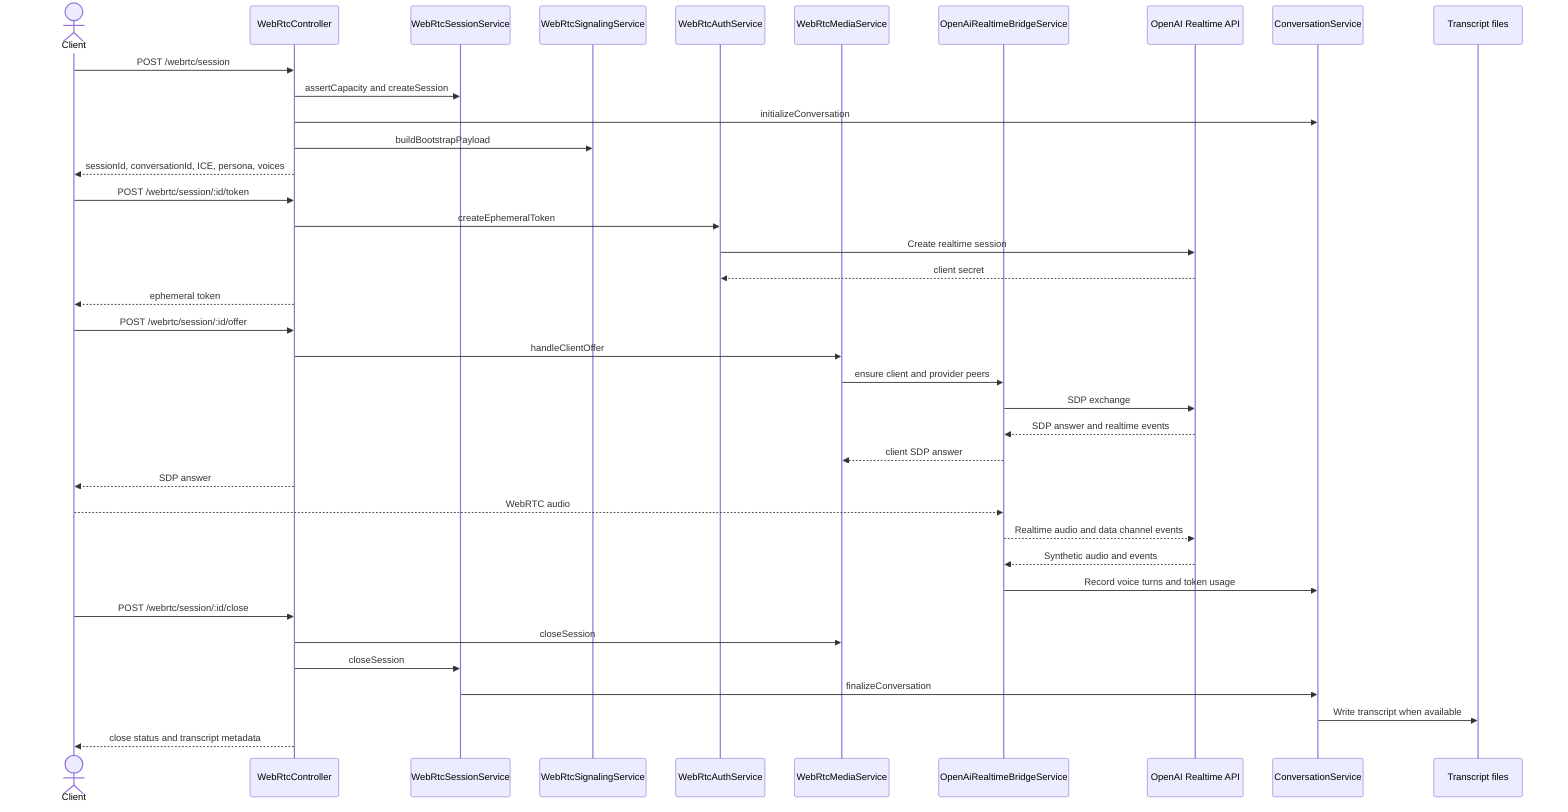
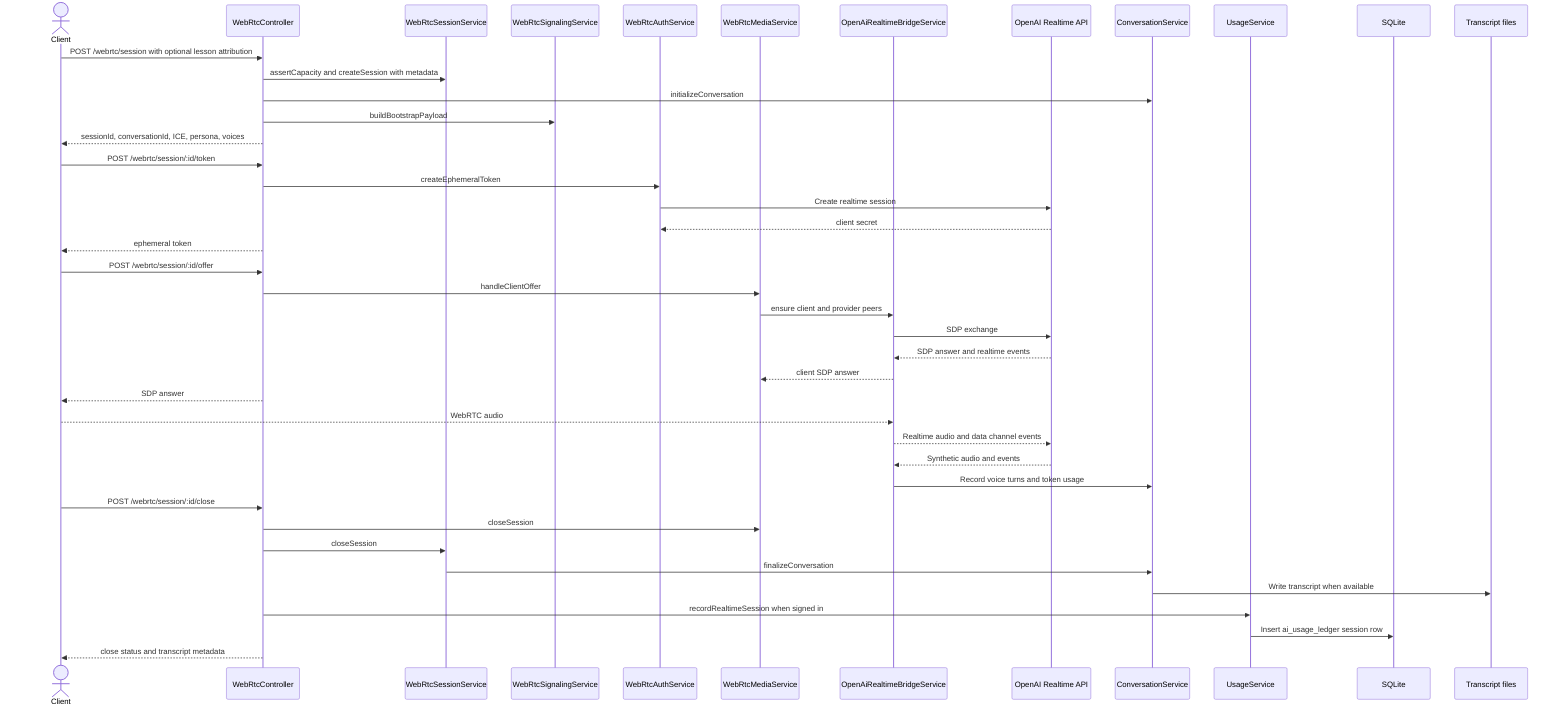
sequenceDiagram
  actor Client
  participant API as WebRtcController
  participant Sessions as WebRtcSessionService
  participant Signaling as WebRtcSignalingService
  participant Auth as WebRtcAuthService
  participant Media as WebRtcMediaService
  participant Bridge as OpenAiRealtimeBridgeService
  participant Provider as OpenAI Realtime API
  participant Conv as ConversationService
+   participant Usage as UsageService
+   participant DB as SQLite
  participant Logs as Transcript files

-   Client->>API: POST /webrtc/session
-   API->>Sessions: assertCapacity and createSession
+   Client->>API: POST /webrtc/session with optional lesson attribution
+   API->>Sessions: assertCapacity and createSession with metadata
  API->>Conv: initializeConversation
  API->>Signaling: buildBootstrapPayload
  API-->>Client: sessionId, conversationId, ICE, persona, voices
  Client->>API: POST /webrtc/session/:id/token
  API->>Auth: createEphemeralToken
  Auth->>Provider: Create realtime session
  Provider-->>Auth: client secret
  API-->>Client: ephemeral token
  Client->>API: POST /webrtc/session/:id/offer
  API->>Media: handleClientOffer
  Media->>Bridge: ensure client and provider peers
  Bridge->>Provider: SDP exchange
  Provider-->>Bridge: SDP answer and realtime events
  Bridge-->>Media: client SDP answer
  API-->>Client: SDP answer
  Client-->>Bridge: WebRTC audio
  Bridge-->>Provider: Realtime audio and data channel events
  Provider-->>Bridge: Synthetic audio and events
  Bridge->>Conv: Record voice turns and token usage
  Client->>API: POST /webrtc/session/:id/close
  API->>Media: closeSession
  API->>Sessions: closeSession
  Sessions->>Conv: finalizeConversation
  Conv->>Logs: Write transcript when available
+   API->>Usage: recordRealtimeSession when signed in
+   Usage->>DB: Insert ai_usage_ledger session row
  API-->>Client: close status and transcript metadata
- 
